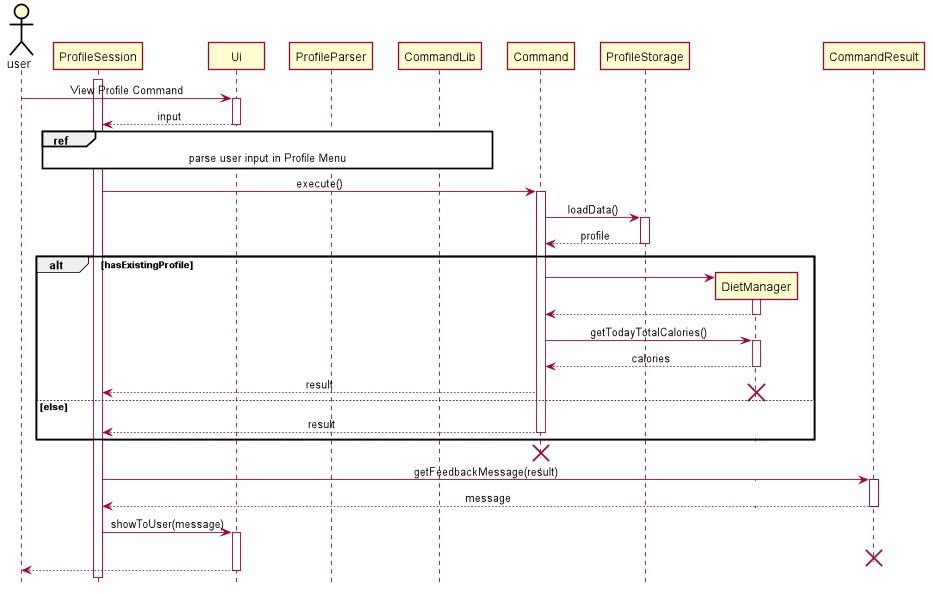
The PlantUML diagram docs/pictures/khoa/ViewProfile.png in zsk612/tp, before a commit. The source it was exported from:
```plantuml
@startuml





skinparam Class {
    FontColor #FFFFFF
    BorderThickness 1
    BorderColor #FFFFFF
    StereotypeFontColor #FFFFFF
    FontName Arial
}

skinparam Actor {
    BorderColor #000000
    Color #000000
    FontName Arial
}

skinparam Sequence {
    MessageAlign center
    BoxFontSize 13
    BoxPadding 0
    BoxFontColor #FFFFFF
    FontName Arial
}

skinparam Participant {
    Padding 20
}

skinparam MinClassWidth 50
skinparam ParticipantPadding 10
skinparam Shadowing false
skinparam DefaultTextAlignment center
skinparam packageStyle Rectangle
skinparam BackgroundColor #FFFFFFF

hide footbox
hide members
hide circle

actor user
activate ProfileSession
user -> Ui++ : View Profile Command
Ui --> ProfileSession -- : input

ref over ProfileSession, ProfileParser, CommandLib: parse user input in Profile Menu

ProfileSession -> Command ++ : execute()
Command -> ProfileStorage ++ : loadData()
ProfileStorage --> Command -- : profile

alt hasExistingProfile
    Command -> DietManager**
    activate DietManager
    DietManager --> Command --
    Command -> DietManager ++ : getTodayTotalCalories()
    DietManager --> Command -- : calories
    Command --> ProfileSession : result
    destroy DietManager
else else
    Command --> ProfileSession --: result
end

deactivate Command
destroy Command

ProfileSession -> CommandResult ++ : getFeedbackMessage(result)
CommandResult --> ProfileSession -- : message
ProfileSession -> Ui ++ : showToUser(message)
destroy CommandResult
Ui --> user
deactivate Ui
@enduml
```
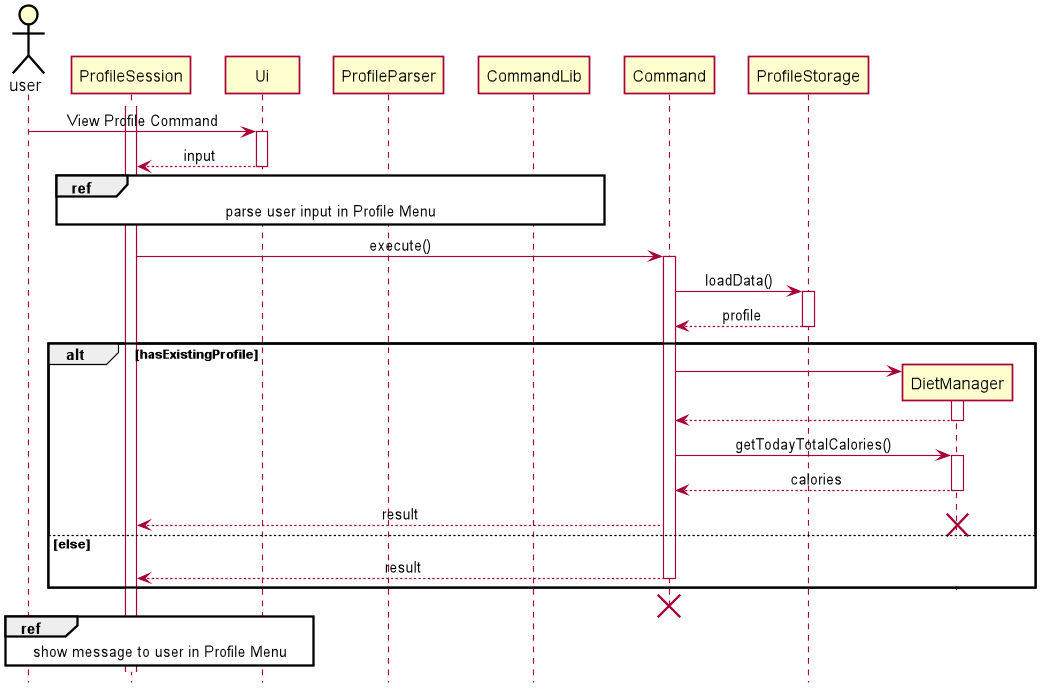
Later version of the same file.

What changed in the source:
```diff
@@ -67,10 +67,5 @@
 deactivate Command
 destroy Command
 
-ProfileSession -> CommandResult ++ : getFeedbackMessage(result)
-CommandResult --> ProfileSession -- : message
-ProfileSession -> Ui ++ : showToUser(message)
-destroy CommandResult
-Ui --> user
-deactivate Ui
+ref over user, ProfileSession, Ui: show message to user in Profile Menu
 @enduml
```
